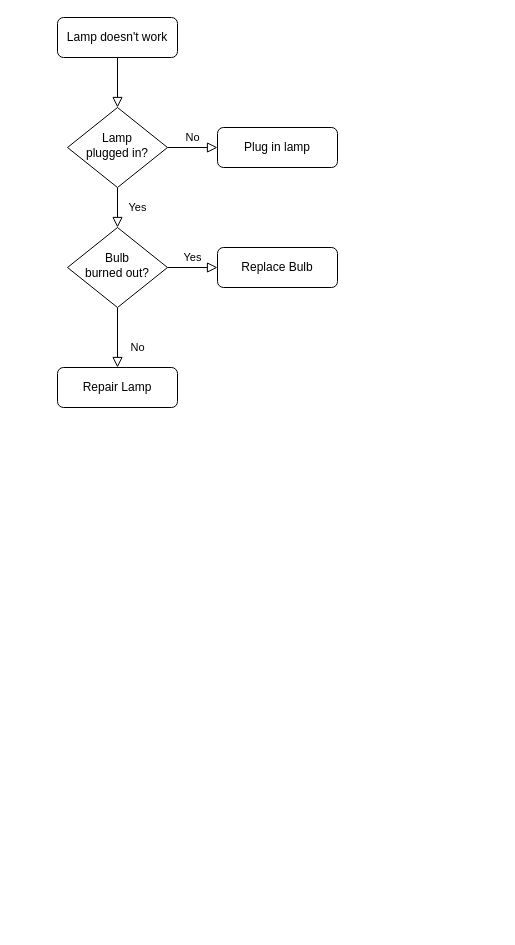
This is 暂停待审核流程.drawio from andychang88/books.com, a draw.io file, before an edit. Source tidied: cells renumbered, new cells numbered last; positions are measured from the earlier drawing's top-left corner, leaving out a move shared by most shapes. Both pictures are drawn from the tidied source at 100%, with x=0, y=0 at pixel (57, 17).
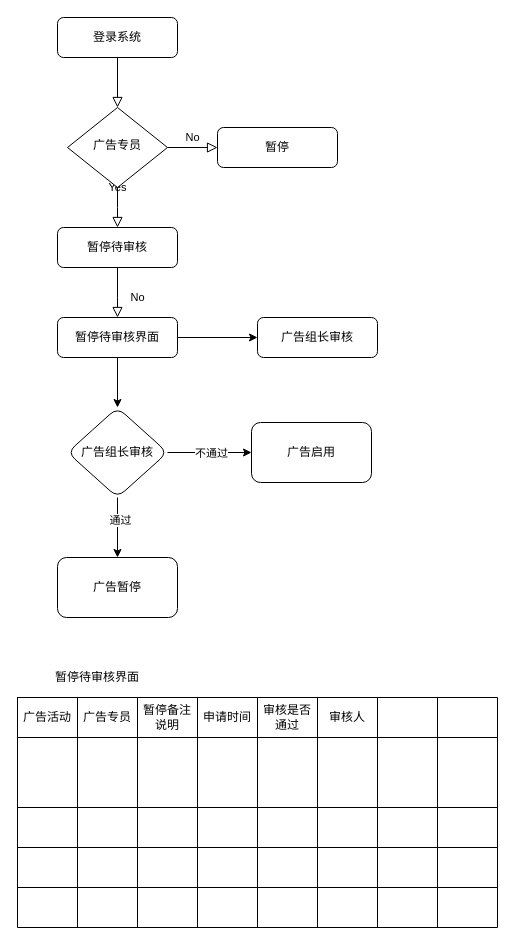
The same page after the edit.

Commit message:
Update 暂停待审核流程.drawio

What changed in the source:
```diff
@@
-    <mxCell id="3" value="Lamp doesn't work" style="rounded=1;whiteSpace=wrap;html=1;fontSize=12;glass=0;strokeWidth=1;shadow=0;" parent="1" vertex="1">
+    <mxCell id="3" value="登录系统" style="rounded=1;whiteSpace=wrap;html=1;fontSize=12;glass=0;strokeWidth=1;shadow=0;" parent="1" vertex="1">
       <mxGeometry width="120" height="40" as="geometry" />
     </mxCell>
-    <mxCell id="4" value="Yes" style="rounded=0;html=1;jettySize=auto;fontSize=11;endArrow=block;endFill=0;endSize=8;strokeWidth=1;shadow=0;labelBackgroundColor=none;edgeStyle=orthogonalEdgeStyle;" parent="1" edge="1" source="6" target="10">
-      <mxGeometry y="20" relative="1" as="geometry" />
+    <mxCell id="4" value="Yes" style="rounded=0;html=1;jettySize=auto;fontSize=11;endArrow=block;endFill=0;endSize=8;strokeWidth=1;shadow=0;labelBackgroundColor=none;edgeStyle=orthogonalEdgeStyle;" parent="1" edge="1" source="6">
+      <mxGeometry y="20" relative="1" as="geometry">
+        <mxPoint x="60" y="210" as="targetPoint" />
+      </mxGeometry>
     </mxCell>
@@
-    <mxCell id="6" value="Lamp&lt;br&gt;plugged in?" style="rhombus;whiteSpace=wrap;html=1;shadow=0;fontFamily=Helvetica;fontSize=12;align=center;strokeWidth=1;spacing=6;spacingTop=-4;" parent="1" vertex="1">
+    <mxCell id="6" value="广告专员" style="rhombus;whiteSpace=wrap;html=1;shadow=0;fontFamily=Helvetica;fontSize=12;align=center;strokeWidth=1;spacing=6;spacingTop=-4;" parent="1" vertex="1">
       <mxGeometry x="10" y="90" width="100" height="80" as="geometry" />
     </mxCell>
-    <mxCell id="7" value="Plug in lamp" style="rounded=1;whiteSpace=wrap;html=1;fontSize=12;glass=0;strokeWidth=1;shadow=0;" parent="1" vertex="1">
+    <mxCell id="7" value="暂停" style="rounded=1;whiteSpace=wrap;html=1;fontSize=12;glass=0;strokeWidth=1;shadow=0;" parent="1" vertex="1">
       <mxGeometry x="160" y="110" width="120" height="40" as="geometry" />
     </mxCell>
-    <mxCell id="8" value="No" style="rounded=0;html=1;jettySize=auto;fontSize=11;endArrow=block;endFill=0;endSize=8;strokeWidth=1;shadow=0;labelBackgroundColor=none;edgeStyle=orthogonalEdgeStyle;" parent="1" edge="1" source="10" target="11">
-      <mxGeometry x="0.33" y="20" relative="1" as="geometry" />
+    <mxCell id="8" value="No" style="rounded=0;html=1;jettySize=auto;fontSize=11;endArrow=block;endFill=0;endSize=8;strokeWidth=1;shadow=0;labelBackgroundColor=none;edgeStyle=orthogonalEdgeStyle;exitX=0.5;exitY=1;exitDx=0;exitDy=0;fontStyle=0;" parent="1" edge="1" source="12" target="11">
+      <mxGeometry x="0.2" y="20" relative="1" as="geometry">
+        <Array as="points">
+          <mxPoint x="60" y="280" />
+          <mxPoint x="60" y="280" />
+        </Array>
+      </mxGeometry>
     </mxCell>
-    <mxCell id="9" value="Yes" style="edgeStyle=orthogonalEdgeStyle;rounded=0;html=1;jettySize=auto;fontSize=11;endArrow=block;endFill=0;endSize=8;strokeWidth=1;shadow=0;labelBackgroundColor=none;" parent="1" edge="1" source="10" target="12">
-      <mxGeometry y="10" relative="1" as="geometry" />
-    </mxCell>
-    <mxCell id="10" value="Bulb&lt;br&gt;burned out?" style="rhombus;whiteSpace=wrap;html=1;shadow=0;fontFamily=Helvetica;fontSize=12;align=center;strokeWidth=1;spacing=6;spacingTop=-4;" parent="1" vertex="1">
-      <mxGeometry x="10" y="210" width="100" height="80" as="geometry" />
-    </mxCell>
+    <mxCell id="13" style="edgeStyle=orthogonalEdgeStyle;rounded=0;jettySize=auto;html=1;" parent="1" edge="1" source="11" target="15">
+      <mxGeometry relative="1" as="geometry" />
+    </mxCell>
+    <mxCell id="14" style="edgeStyle=orthogonalEdgeStyle;rounded=0;jettySize=auto;html=1;" parent="1" edge="1" source="11" target="18">
+      <mxGeometry relative="1" as="geometry" />
+    </mxCell>
-    <mxCell id="11" value="Repair Lamp" style="rounded=1;whiteSpace=wrap;html=1;fontSize=12;glass=0;strokeWidth=1;shadow=0;" parent="1" vertex="1">
-      <mxGeometry y="350" width="120" height="40" as="geometry" />
+    <mxCell id="11" value="暂停待审核界面" style="rounded=1;whiteSpace=wrap;html=1;fontSize=12;glass=0;strokeWidth=1;shadow=0;" parent="1" vertex="1">
+      <mxGeometry y="300" width="120" height="40" as="geometry" />
     </mxCell>
-    <mxCell id="12" value="Replace Bulb" style="rounded=1;whiteSpace=wrap;html=1;fontSize=12;glass=0;strokeWidth=1;shadow=0;" parent="1" vertex="1">
-      <mxGeometry x="160" y="230" width="120" height="40" as="geometry" />
+    <mxCell id="12" value="暂停待审核" style="rounded=1;whiteSpace=wrap;html=1;fontSize=12;glass=0;strokeWidth=1;shadow=0;" parent="1" vertex="1">
+      <mxGeometry y="210" width="120" height="40" as="geometry" />
     </mxCell>
+    <mxCell id="15" value="广告组长审核" style="rounded=1;whiteSpace=wrap;html=1;fontSize=12;glass=0;strokeWidth=1;shadow=0;" parent="1" vertex="1">
+      <mxGeometry x="200" y="300" width="120" height="40" as="geometry" />
+    </mxCell>
+    <mxCell id="16" style="edgeStyle=orthogonalEdgeStyle;rounded=0;jettySize=auto;html=1;" parent="1" edge="1" source="18" target="22">
+      <mxGeometry relative="1" as="geometry" />
+    </mxCell>
+    <mxCell id="17" value="通过" style="edgeLabel;html=1;align=center;verticalAlign=middle;" parent="16" vertex="1">
+      <mxGeometry x="-0.26" y="2" relative="1" as="geometry" />
+    </mxCell>
+    <mxCell id="18" value="广告组长审核" style="rhombus;whiteSpace=wrap;html=1;rounded=1;shadow=0;strokeWidth=1;glass=0;" parent="1" vertex="1">
+      <mxGeometry x="10" y="390" width="100" height="90" as="geometry" />
+    </mxCell>
+    <mxCell id="19" value="广告启用" style="whiteSpace=wrap;html=1;rounded=1;shadow=0;strokeWidth=1;glass=0;" parent="1" vertex="1">
+      <mxGeometry x="194" y="405" width="120" height="60" as="geometry" />
+    </mxCell>
+    <mxCell id="20" style="edgeStyle=orthogonalEdgeStyle;rounded=0;jettySize=auto;html=1;" parent="1" edge="1" source="18" target="19">
+      <mxGeometry relative="1" as="geometry">
+        <Array as="points">
+          <mxPoint x="150" y="435" />
+          <mxPoint x="150" y="435" />
+        </Array>
+      </mxGeometry>
+    </mxCell>
+    <mxCell id="21" value="不通过" style="edgeLabel;html=1;align=center;verticalAlign=middle;" parent="20" vertex="1">
+      <mxGeometry x="0.02" relative="1" as="geometry" />
+    </mxCell>
+    <mxCell id="22" value="广告暂停" style="whiteSpace=wrap;html=1;rounded=1;shadow=0;strokeWidth=1;glass=0;" parent="1" vertex="1">
+      <mxGeometry y="540" width="120" height="60" as="geometry" />
+    </mxCell>
+    <mxCell id="23" style="shape=table;html=1;whiteSpace=wrap;startSize=0;childLayout=tableLayout;" parent="1" vertex="1">
+      <mxGeometry x="-40" y="680" width="480" height="230" as="geometry" />
+    </mxCell>
+    <mxCell id="24" style="shape=partialRectangle;html=1;whiteSpace=wrap;fillColor=none;top=0;left=0;bottom=0;right=0;" parent="23" vertex="1">
+      <mxGeometry width="480" height="40" as="geometry" />
+    </mxCell>
+    <mxCell id="25" value="广告活动" style="shape=partialRectangle;html=1;whiteSpace=wrap;overflow=hidden;fillColor=none;top=0;left=0;bottom=0;right=0;" parent="24" vertex="1">
+      <mxGeometry width="60" height="40" as="geometry" />
+    </mxCell>
+    <mxCell id="26" value="广告专员" style="shape=partialRectangle;html=1;whiteSpace=wrap;overflow=hidden;fillColor=none;top=0;left=0;bottom=0;right=0;" parent="24" vertex="1">
+      <mxGeometry x="60" width="60" height="40" as="geometry" />
+    </mxCell>
+    <mxCell id="27" value="暂停备注说明" style="shape=partialRectangle;html=1;whiteSpace=wrap;overflow=hidden;fillColor=none;top=0;left=0;bottom=0;right=0;" parent="24" vertex="1">
+      <mxGeometry x="120" width="60" height="40" as="geometry" />
+    </mxCell>
+    <mxCell id="28" value="申请时间" style="shape=partialRectangle;html=1;whiteSpace=wrap;overflow=hidden;fillColor=none;top=0;left=0;bottom=0;right=0;" parent="24" vertex="1">
+      <mxGeometry x="180" width="60" height="40" as="geometry" />
+    </mxCell>
+    <mxCell id="29" value="审核是否通过" style="shape=partialRectangle;html=1;whiteSpace=wrap;overflow=hidden;fillColor=none;top=0;left=0;bottom=0;right=0;" parent="24" vertex="1">
+      <mxGeometry x="240" width="60" height="40" as="geometry" />
+    </mxCell>
+    <mxCell id="30" value="审核人" style="shape=partialRectangle;html=1;whiteSpace=wrap;overflow=hidden;fillColor=none;top=0;left=0;bottom=0;right=0;" parent="24" vertex="1">
+      <mxGeometry x="300" width="60" height="40" as="geometry" />
+    </mxCell>
+    <mxCell id="31" style="shape=partialRectangle;html=1;whiteSpace=wrap;overflow=hidden;fillColor=none;top=0;left=0;bottom=0;right=0;" parent="24" vertex="1">
+      <mxGeometry x="360" width="60" height="40" as="geometry" />
+    </mxCell>
+    <mxCell id="32" style="shape=partialRectangle;html=1;whiteSpace=wrap;overflow=hidden;fillColor=none;top=0;left=0;bottom=0;right=0;" parent="24" vertex="1">
+      <mxGeometry x="420" width="60" height="40" as="geometry" />
+    </mxCell>
+    <mxCell id="33" style="shape=partialRectangle;html=1;whiteSpace=wrap;fillColor=none;top=0;left=0;bottom=0;right=0;" parent="23" vertex="1">
+      <mxGeometry y="40" width="480" height="70" as="geometry" />
+    </mxCell>
+    <mxCell id="34" style="shape=partialRectangle;html=1;whiteSpace=wrap;overflow=hidden;fillColor=none;top=0;left=0;bottom=0;right=0;" parent="33" vertex="1">
+      <mxGeometry width="60" height="70" as="geometry" />
+    </mxCell>
+    <mxCell id="35" style="shape=partialRectangle;html=1;whiteSpace=wrap;overflow=hidden;fillColor=none;top=0;left=0;bottom=0;right=0;" parent="33" vertex="1">
+      <mxGeometry x="60" width="60" height="70" as="geometry" />
+    </mxCell>
+    <mxCell id="36" style="shape=partialRectangle;html=1;whiteSpace=wrap;overflow=hidden;fillColor=none;top=0;left=0;bottom=0;right=0;" parent="33" vertex="1">
+      <mxGeometry x="120" width="60" height="70" as="geometry" />
+    </mxCell>
+    <mxCell id="37" style="shape=partialRectangle;html=1;whiteSpace=wrap;overflow=hidden;fillColor=none;top=0;left=0;bottom=0;right=0;" parent="33" vertex="1">
+      <mxGeometry x="180" width="60" height="70" as="geometry" />
+    </mxCell>
+    <mxCell id="38" style="shape=partialRectangle;html=1;whiteSpace=wrap;overflow=hidden;fillColor=none;top=0;left=0;bottom=0;right=0;" parent="33" vertex="1">
+      <mxGeometry x="240" width="60" height="70" as="geometry" />
+    </mxCell>
+    <mxCell id="39" style="shape=partialRectangle;html=1;whiteSpace=wrap;overflow=hidden;fillColor=none;top=0;left=0;bottom=0;right=0;" parent="33" vertex="1">
+      <mxGeometry x="300" width="60" height="70" as="geometry" />
+    </mxCell>
+    <mxCell id="40" style="shape=partialRectangle;html=1;whiteSpace=wrap;overflow=hidden;fillColor=none;top=0;left=0;bottom=0;right=0;" parent="33" vertex="1">
+      <mxGeometry x="360" width="60" height="70" as="geometry" />
+    </mxCell>
+    <mxCell id="41" style="shape=partialRectangle;html=1;whiteSpace=wrap;overflow=hidden;fillColor=none;top=0;left=0;bottom=0;right=0;" parent="33" vertex="1">
+      <mxGeometry x="420" width="60" height="70" as="geometry" />
+    </mxCell>
+    <mxCell id="42" style="shape=partialRectangle;html=1;whiteSpace=wrap;fillColor=none;top=0;left=0;bottom=0;right=0;" parent="23" vertex="1">
+      <mxGeometry y="110" width="480" height="40" as="geometry" />
+    </mxCell>
+    <mxCell id="43" style="shape=partialRectangle;html=1;whiteSpace=wrap;overflow=hidden;fillColor=none;top=0;left=0;bottom=0;right=0;" parent="42" vertex="1">
+      <mxGeometry width="60" height="40" as="geometry" />
+    </mxCell>
+    <mxCell id="44" style="shape=partialRectangle;html=1;whiteSpace=wrap;overflow=hidden;fillColor=none;top=0;left=0;bottom=0;right=0;" parent="42" vertex="1">
+      <mxGeometry x="60" width="60" height="40" as="geometry" />
+    </mxCell>
+    <mxCell id="45" style="shape=partialRectangle;html=1;whiteSpace=wrap;overflow=hidden;fillColor=none;top=0;left=0;bottom=0;right=0;" parent="42" vertex="1">
+      <mxGeometry x="120" width="60" height="40" as="geometry" />
+    </mxCell>
+    <mxCell id="46" style="shape=partialRectangle;html=1;whiteSpace=wrap;overflow=hidden;fillColor=none;top=0;left=0;bottom=0;right=0;" parent="42" vertex="1">
+      <mxGeometry x="180" width="60" height="40" as="geometry" />
+    </mxCell>
+    <mxCell id="47" style="shape=partialRectangle;html=1;whiteSpace=wrap;overflow=hidden;fillColor=none;top=0;left=0;bottom=0;right=0;" parent="42" vertex="1">
+      <mxGeometry x="240" width="60" height="40" as="geometry" />
+    </mxCell>
+    <mxCell id="48" style="shape=partialRectangle;html=1;whiteSpace=wrap;overflow=hidden;fillColor=none;top=0;left=0;bottom=0;right=0;" parent="42" vertex="1">
+      <mxGeometry x="300" width="60" height="40" as="geometry" />
+    </mxCell>
+    <mxCell id="49" style="shape=partialRectangle;html=1;whiteSpace=wrap;overflow=hidden;fillColor=none;top=0;left=0;bottom=0;right=0;" parent="42" vertex="1">
+      <mxGeometry x="360" width="60" height="40" as="geometry" />
+    </mxCell>
+    <mxCell id="50" style="shape=partialRectangle;html=1;whiteSpace=wrap;overflow=hidden;fillColor=none;top=0;left=0;bottom=0;right=0;" parent="42" vertex="1">
+      <mxGeometry x="420" width="60" height="40" as="geometry" />
+    </mxCell>
+    <mxCell id="51" style="shape=partialRectangle;html=1;whiteSpace=wrap;fillColor=none;top=0;left=0;bottom=0;right=0;" parent="23" vertex="1">
+      <mxGeometry y="150" width="480" height="40" as="geometry" />
+    </mxCell>
+    <mxCell id="52" style="shape=partialRectangle;html=1;whiteSpace=wrap;overflow=hidden;fillColor=none;top=0;left=0;bottom=0;right=0;" parent="51" vertex="1">
+      <mxGeometry width="60" height="40" as="geometry" />
+    </mxCell>
+    <mxCell id="53" style="shape=partialRectangle;html=1;whiteSpace=wrap;overflow=hidden;fillColor=none;top=0;left=0;bottom=0;right=0;" parent="51" vertex="1">
+      <mxGeometry x="60" width="60" height="40" as="geometry" />
+    </mxCell>
+    <mxCell id="54" style="shape=partialRectangle;html=1;whiteSpace=wrap;overflow=hidden;fillColor=none;top=0;left=0;bottom=0;right=0;" parent="51" vertex="1">
+      <mxGeometry x="120" width="60" height="40" as="geometry" />
+    </mxCell>
+    <mxCell id="55" style="shape=partialRectangle;html=1;whiteSpace=wrap;overflow=hidden;fillColor=none;top=0;left=0;bottom=0;right=0;" parent="51" vertex="1">
+      <mxGeometry x="180" width="60" height="40" as="geometry" />
+    </mxCell>
+    <mxCell id="56" style="shape=partialRectangle;html=1;whiteSpace=wrap;overflow=hidden;fillColor=none;top=0;left=0;bottom=0;right=0;" parent="51" vertex="1">
+      <mxGeometry x="240" width="60" height="40" as="geometry" />
+    </mxCell>
+    <mxCell id="57" style="shape=partialRectangle;html=1;whiteSpace=wrap;overflow=hidden;fillColor=none;top=0;left=0;bottom=0;right=0;" parent="51" vertex="1">
+      <mxGeometry x="300" width="60" height="40" as="geometry" />
+    </mxCell>
+    <mxCell id="58" style="shape=partialRectangle;html=1;whiteSpace=wrap;overflow=hidden;fillColor=none;top=0;left=0;bottom=0;right=0;" parent="51" vertex="1">
+      <mxGeometry x="360" width="60" height="40" as="geometry" />
+    </mxCell>
+    <mxCell id="59" style="shape=partialRectangle;html=1;whiteSpace=wrap;overflow=hidden;fillColor=none;top=0;left=0;bottom=0;right=0;" parent="51" vertex="1">
+      <mxGeometry x="420" width="60" height="40" as="geometry" />
+    </mxCell>
+    <mxCell id="60" style="shape=partialRectangle;html=1;whiteSpace=wrap;fillColor=none;top=0;left=0;bottom=0;right=0;" parent="23" vertex="1">
+      <mxGeometry y="190" width="480" height="40" as="geometry" />
+    </mxCell>
+    <mxCell id="61" style="shape=partialRectangle;html=1;whiteSpace=wrap;overflow=hidden;fillColor=none;top=0;left=0;bottom=0;right=0;" parent="60" vertex="1">
+      <mxGeometry width="60" height="40" as="geometry" />
+    </mxCell>
+    <mxCell id="62" style="shape=partialRectangle;html=1;whiteSpace=wrap;overflow=hidden;fillColor=none;top=0;left=0;bottom=0;right=0;" parent="60" vertex="1">
+      <mxGeometry x="60" width="60" height="40" as="geometry" />
+    </mxCell>
+    <mxCell id="63" style="shape=partialRectangle;html=1;whiteSpace=wrap;overflow=hidden;fillColor=none;top=0;left=0;bottom=0;right=0;" parent="60" vertex="1">
+      <mxGeometry x="120" width="60" height="40" as="geometry" />
+    </mxCell>
+    <mxCell id="64" style="shape=partialRectangle;html=1;whiteSpace=wrap;overflow=hidden;fillColor=none;top=0;left=0;bottom=0;right=0;" parent="60" vertex="1">
+      <mxGeometry x="180" width="60" height="40" as="geometry" />
+    </mxCell>
+    <mxCell id="65" style="shape=partialRectangle;html=1;whiteSpace=wrap;overflow=hidden;fillColor=none;top=0;left=0;bottom=0;right=0;" parent="60" vertex="1">
+      <mxGeometry x="240" width="60" height="40" as="geometry" />
+    </mxCell>
+    <mxCell id="66" style="shape=partialRectangle;html=1;whiteSpace=wrap;overflow=hidden;fillColor=none;top=0;left=0;bottom=0;right=0;" parent="60" vertex="1">
+      <mxGeometry x="300" width="60" height="40" as="geometry" />
+    </mxCell>
+    <mxCell id="67" style="shape=partialRectangle;html=1;whiteSpace=wrap;overflow=hidden;fillColor=none;top=0;left=0;bottom=0;right=0;" parent="60" vertex="1">
+      <mxGeometry x="360" width="60" height="40" as="geometry" />
+    </mxCell>
+    <mxCell id="68" style="shape=partialRectangle;html=1;whiteSpace=wrap;overflow=hidden;fillColor=none;top=0;left=0;bottom=0;right=0;" parent="60" vertex="1">
+      <mxGeometry x="420" width="60" height="40" as="geometry" />
+    </mxCell>
+    <mxCell id="69" value="暂停待审核界面" style="text;html=1;strokeColor=none;fillColor=none;align=center;verticalAlign=middle;whiteSpace=wrap;rounded=0;" parent="1" vertex="1">
+      <mxGeometry x="-40" y="650" width="160" height="20" as="geometry" />
+    </mxCell>
```
